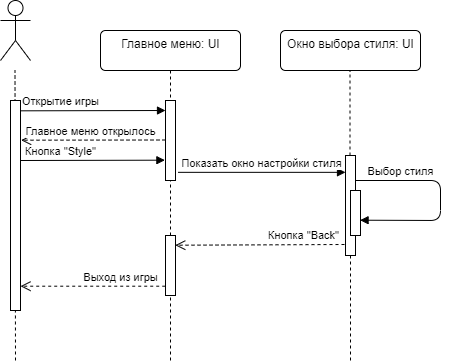
Alessanteri/KlappyBird keeps this draw.io diagram as documents/UML/Sequence/Player_action_sequence.png. Above is the earlier version. Source tidied: cells renumbered, new cells last; positions are measured from the earlier drawing's top-left corner, leaving out a move shared by most shapes. Its diagram source:
```xml
<mxGraphModel>
  <root>
    <mxCell id="0" />
    <mxCell id="1" parent="0" />
    <mxCell id="2" style="shape=umlActor;verticalLabelPosition=bottom;verticalAlign=top;html=1;" parent="1" vertex="1">
      <mxGeometry width="30" height="60" as="geometry" />
    </mxCell>
    <mxCell id="3" value="Главное меню: UI" style="html=1;align=center;verticalAlign=top;rounded=1;absoluteArcSize=1;arcSize=10;dashed=0;" parent="1" vertex="1">
      <mxGeometry x="100" y="30" width="140" height="40" as="geometry" />
    </mxCell>
    <mxCell id="4" value="Окно выбора стиля: UI" style="html=1;align=center;verticalAlign=top;rounded=1;absoluteArcSize=1;arcSize=10;dashed=0;" parent="1" vertex="1">
      <mxGeometry x="280" y="30" width="140" height="40" as="geometry" />
    </mxCell>
    <mxCell id="5" style="endArrow=none;dashed=1;html=1;entryX=0.5;entryY=1;entryDx=0;entryDy=0;" parent="1" edge="1" source="17" target="3">
      <mxGeometry relative="1" as="geometry" />
    </mxCell>
    <mxCell id="6" style="html=1;points=[];perimeter=orthogonalPerimeter;" parent="1" vertex="1">
      <mxGeometry x="165" y="100" width="10" height="80" as="geometry" />
    </mxCell>
    <mxCell id="7" style="endArrow=none;dashed=1;html=1;entryX=0.5;entryY=1;entryDx=0;entryDy=0;" parent="1" edge="1" source="11">
      <mxGeometry relative="1" as="geometry">
        <mxPoint x="349.5" y="70" as="targetPoint" />
      </mxGeometry>
    </mxCell>
    <mxCell id="8" style="endArrow=none;dashed=1;html=1;entryX=0.5;entryY=1;entryDx=0;entryDy=0;" parent="1" edge="1">
      <mxGeometry relative="1" as="geometry">
        <mxPoint x="15" y="360" as="sourcePoint" />
        <mxPoint x="14.5" y="70" as="targetPoint" />
      </mxGeometry>
    </mxCell>
    <mxCell id="9" style="html=1;points=[];perimeter=orthogonalPerimeter;" parent="1" vertex="1">
      <mxGeometry x="10" y="100" width="10" height="210" as="geometry" />
    </mxCell>
    <mxCell id="10" value="Главное меню открылось" style="html=1;verticalAlign=bottom;endArrow=open;dashed=1;endSize=8;entryX=1.062;entryY=0.189;entryDx=0;entryDy=0;entryPerimeter=0;" parent="1" edge="1" target="9">
      <mxGeometry x="0.04" relative="1" as="geometry">
        <mxPoint x="165" y="139.5" as="sourcePoint" />
      </mxGeometry>
    </mxCell>
    <mxCell id="11" style="html=1;points=[];perimeter=orthogonalPerimeter;" parent="1" vertex="1">
      <mxGeometry x="345" y="155" width="10" height="100" as="geometry" />
    </mxCell>
    <mxCell id="12" style="endArrow=none;dashed=1;html=1;entryX=0.5;entryY=1;entryDx=0;entryDy=0;" parent="1" edge="1" target="11">
      <mxGeometry relative="1" as="geometry">
        <mxPoint x="350" y="360" as="sourcePoint" />
      </mxGeometry>
    </mxCell>
    <mxCell id="13" value="Показать окно настройки стиля" style="html=1;verticalAlign=bottom;endArrow=block;exitX=1.25;exitY=0.898;exitDx=0;exitDy=0;exitPerimeter=0;" parent="1" edge="1" source="6" target="11">
      <mxGeometry x="-0.01" relative="1" as="geometry" />
    </mxCell>
    <mxCell id="14" value="Кнопка &quot;Style&quot;" style="html=1;verticalAlign=bottom;endArrow=block;entryX=-0.061;entryY=0.746;entryDx=0;entryDy=0;entryPerimeter=0;" parent="1" edge="1" target="6">
      <mxGeometry x="-0.45" relative="1" as="geometry">
        <mxPoint x="20" y="160" as="sourcePoint" />
      </mxGeometry>
    </mxCell>
    <mxCell id="15" value="Открытие игры" style="html=1;verticalAlign=bottom;endArrow=block;entryX=-0.061;entryY=0.746;entryDx=0;entryDy=0;entryPerimeter=0;" parent="1" edge="1">
      <mxGeometry x="-0.45" relative="1" as="geometry">
        <mxPoint x="20.6" y="110.3" as="sourcePoint" />
        <mxPoint x="165" y="110" as="targetPoint" />
      </mxGeometry>
    </mxCell>
    <mxCell id="16" value="Кнопка &quot;Back&quot;" style="html=1;verticalAlign=bottom;endArrow=open;dashed=1;endSize=8;entryX=0.977;entryY=0.162;entryDx=0;entryDy=0;entryPerimeter=0;exitX=-0.1;exitY=0.89;exitDx=0;exitDy=0;exitPerimeter=0;" parent="1" edge="1" source="11" target="17">
      <mxGeometry x="-0.52" relative="1" as="geometry" />
    </mxCell>
    <mxCell id="17" style="html=1;points=[];perimeter=orthogonalPerimeter;" parent="1" vertex="1">
      <mxGeometry x="165" y="235" width="10" height="60" as="geometry" />
    </mxCell>
    <mxCell id="18" style="endArrow=none;dashed=1;html=1;entryX=0.5;entryY=1;entryDx=0;entryDy=0;" parent="1" edge="1" target="17">
      <mxGeometry relative="1" as="geometry">
        <mxPoint x="170" y="360" as="sourcePoint" />
      </mxGeometry>
    </mxCell>
    <mxCell id="19" value="Выход из игры" style="html=1;verticalAlign=bottom;endArrow=open;dashed=1;endSize=8;exitX=-0.029;exitY=0.845;exitDx=0;exitDy=0;exitPerimeter=0;" parent="1" edge="1" source="17" target="9">
      <mxGeometry x="-0.38" relative="1" as="geometry" />
    </mxCell>
    <mxCell id="20" style="endArrow=none;dashed=1;html=1;entryX=0.5;entryY=1;entryDx=0;entryDy=0;" parent="1" edge="1">
      <mxGeometry relative="1" as="geometry">
        <mxPoint x="170" y="360" as="sourcePoint" />
        <mxPoint x="170" y="360" as="targetPoint" />
      </mxGeometry>
    </mxCell>
    <mxCell id="21" style="html=1;points=[];perimeter=orthogonalPerimeter;" parent="1" vertex="1">
      <mxGeometry x="350" y="190" width="10" height="45" as="geometry" />
    </mxCell>
    <mxCell id="22" value="Выбор стиля" style="html=1;verticalAlign=bottom;endArrow=block;entryX=0.957;entryY=0.66;entryDx=0;entryDy=0;entryPerimeter=0;" parent="1" edge="1" target="21">
      <mxGeometry x="-0.56" relative="1" as="geometry">
        <mxPoint x="355" y="180" as="sourcePoint" />
        <Array as="points">
          <mxPoint x="440" y="180" />
          <mxPoint x="440" y="220" />
        </Array>
      </mxGeometry>
    </mxCell>
  </root>
</mxGraphModel>
```
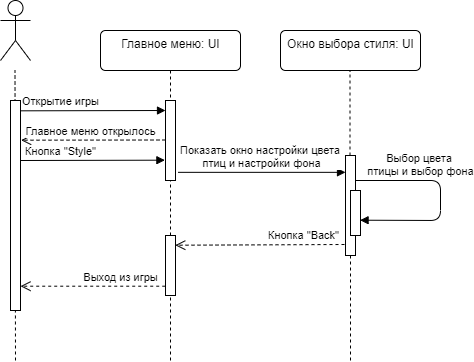
The same diagram one commit later.

What changed in the source:
```diff
@@ -44,7 +44,7 @@
         <mxPoint x="350" y="360" as="sourcePoint" />
       </mxGeometry>
     </mxCell>
-    <mxCell id="13" value="Показать окно настройки стиля" style="html=1;verticalAlign=bottom;endArrow=block;exitX=1.25;exitY=0.898;exitDx=0;exitDy=0;exitPerimeter=0;" parent="1" edge="1" source="6" target="11">
+    <mxCell id="13" value="Показать окно настройки цвета &lt;br&gt;птиц и настройки фона" style="html=1;verticalAlign=bottom;endArrow=block;exitX=1.25;exitY=0.898;exitDx=0;exitDy=0;exitPerimeter=0;" parent="1" edge="1" source="6" target="11">
       <mxGeometry x="-0.01" relative="1" as="geometry" />
     </mxCell>
     <mxCell id="14" value="Кнопка &quot;Style&quot;" style="html=1;verticalAlign=bottom;endArrow=block;entryX=-0.061;entryY=0.746;entryDx=0;entryDy=0;entryPerimeter=0;" parent="1" edge="1" target="6">
@@ -81,8 +81,8 @@
     <mxCell id="21" style="html=1;points=[];perimeter=orthogonalPerimeter;" parent="1" vertex="1">
       <mxGeometry x="350" y="190" width="10" height="45" as="geometry" />
     </mxCell>
-    <mxCell id="22" value="Выбор стиля" style="html=1;verticalAlign=bottom;endArrow=block;entryX=0.957;entryY=0.66;entryDx=0;entryDy=0;entryPerimeter=0;" parent="1" edge="1" target="21">
-      <mxGeometry x="-0.56" relative="1" as="geometry">
+    <mxCell id="22" value="Выбор цвета &lt;br&gt;птицы&amp;nbsp;и выбор фона" style="html=1;verticalAlign=bottom;endArrow=block;entryX=0.957;entryY=0.66;entryDx=0;entryDy=0;entryPerimeter=0;" parent="1" edge="1" target="21">
+      <mxGeometry x="-0.37" relative="1" as="geometry">
         <mxPoint x="355" y="180" as="sourcePoint" />
         <Array as="points">
           <mxPoint x="440" y="180" />
```
